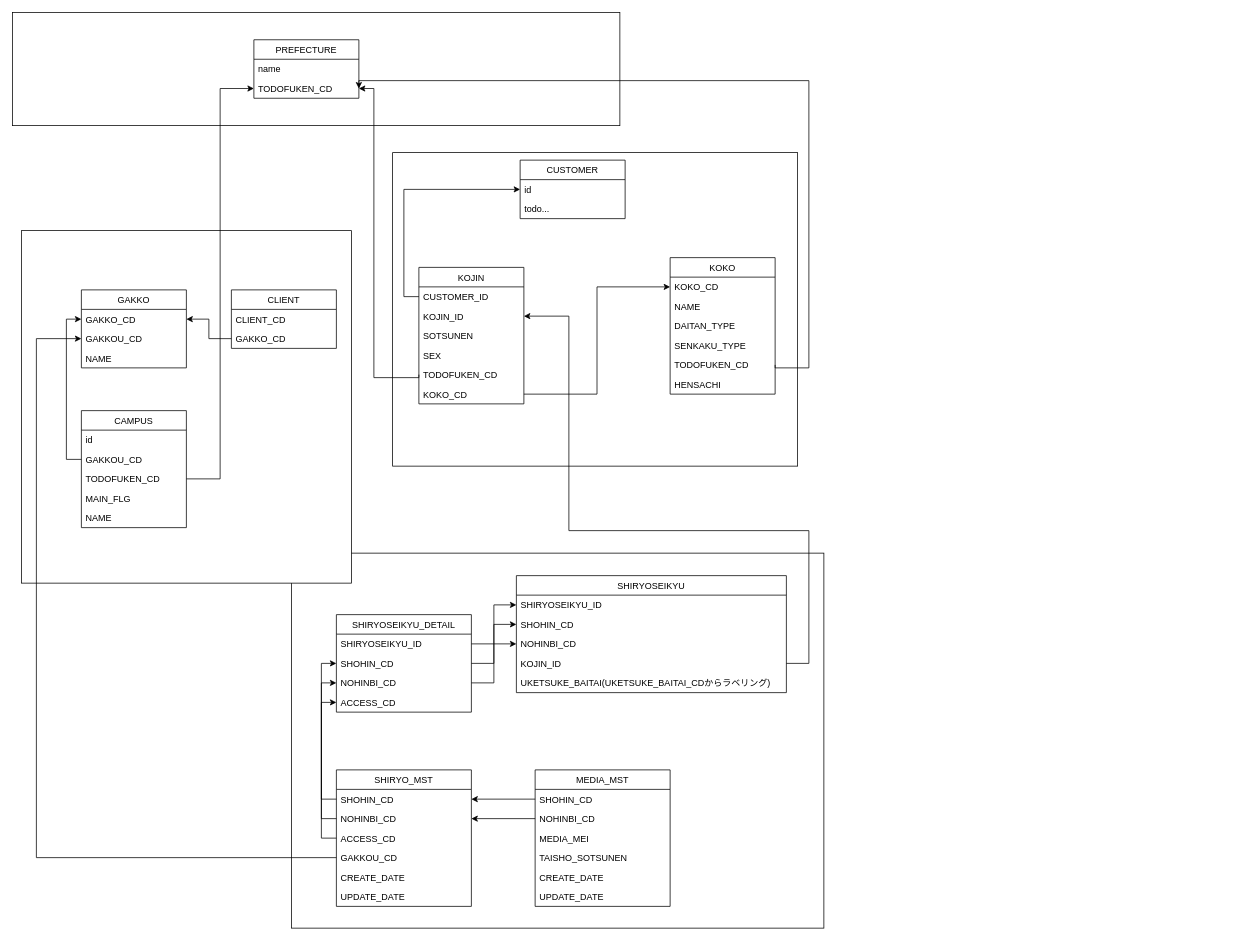
The draw.io diagram page "Page-9" (9 of 9) of learning bloc.drawio in newuniverse/diagrams, before the edit. Source tidied: cells renumbered, new cells numbered last; positions are measured from the earlier drawing's top-left corner, leaving out a move shared by most shapes. Both pictures are drawn from the tidied source at 75%, with x=0, y=0 at pixel (12, 12).
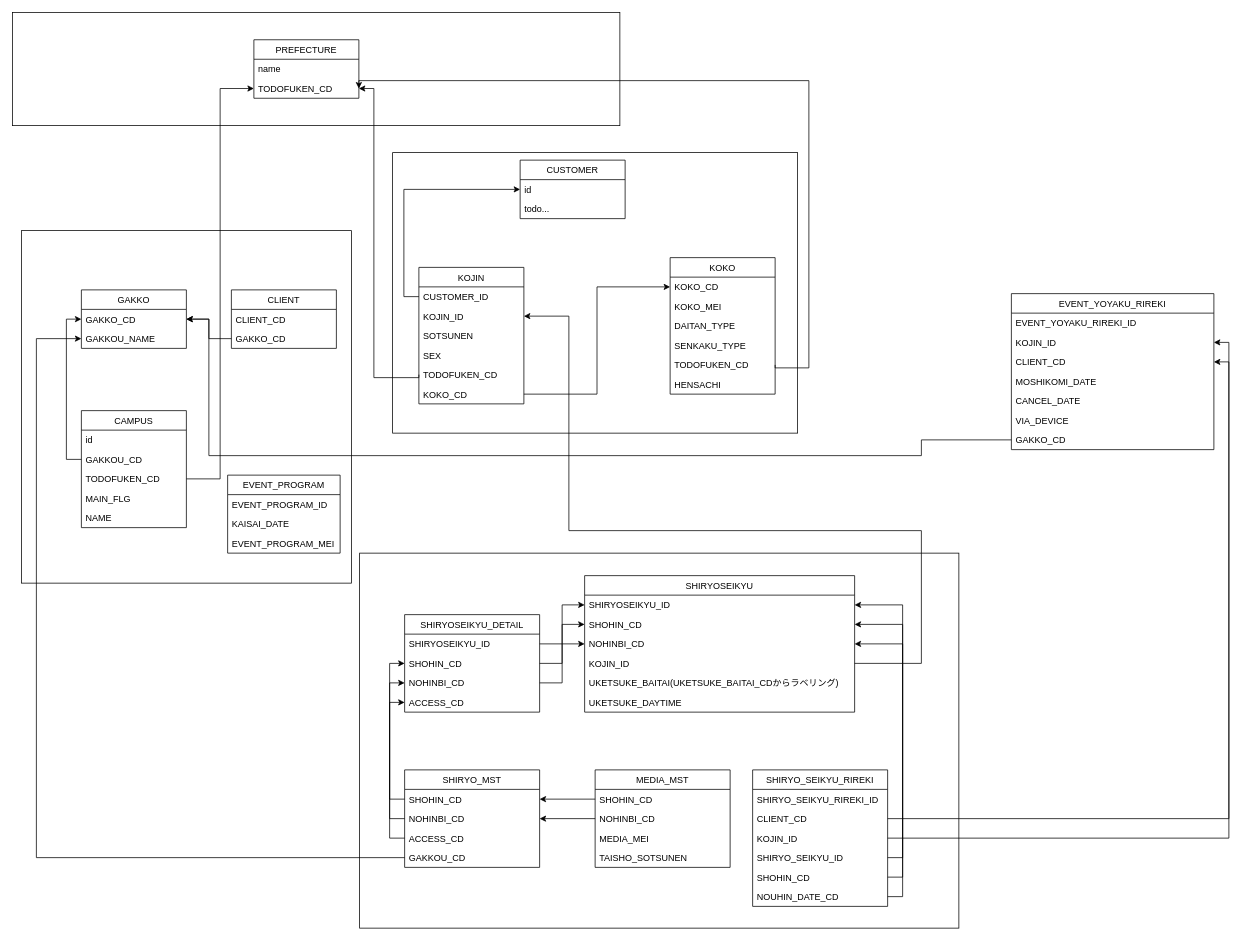
The same diagram, later.

The change refers to these unchanged cells:
```xml
<mxCell id="7" value="GAKKO_CD" style="text;strokeColor=none;fillColor=none;align=left;verticalAlign=top;spacingLeft=4;spacingRight=4;overflow=hidden;points=[[0,0.5],[1,0.5]];portConstraint=eastwest;" parent="6" vertex="1">
  <mxGeometry y="26" width="140" height="26" as="geometry" />
</mxCell>
<mxCell id="26" value="KOJIN_ID" style="text;strokeColor=none;fillColor=none;align=left;verticalAlign=top;spacingLeft=4;spacingRight=4;overflow=hidden;points=[[0,0.5],[1,0.5]];portConstraint=eastwest;" parent="24" vertex="1">
  <mxGeometry y="52" width="140" height="26" as="geometry" />
</mxCell>
<mxCell id="32" value="KOKO" style="swimlane;fontStyle=0;horizontal=1;startSize=26;fillColor=none;" parent="1" vertex="1">
  <mxGeometry x="877" y="327" width="140" height="182" as="geometry" />
</mxCell>
<mxCell id="43" value="SHIRYOSEIKYU_ID" style="text;strokeColor=none;fillColor=none;align=left;verticalAlign=top;spacingLeft=4;spacingRight=4;overflow=hidden;points=[[0,0.5],[1,0.5]];portConstraint=eastwest;" parent="42" vertex="1">
  <mxGeometry y="26" width="360" height="26" as="geometry" />
</mxCell>
<mxCell id="44" value="SHOHIN_CD" style="text;strokeColor=none;fillColor=none;align=left;verticalAlign=top;spacingLeft=4;spacingRight=4;overflow=hidden;points=[[0,0.5],[1,0.5]];portConstraint=eastwest;" parent="42" vertex="1">
  <mxGeometry y="52" width="360" height="26" as="geometry" />
</mxCell>
<mxCell id="45" value="NOHINBI_CD" style="text;strokeColor=none;fillColor=none;align=left;verticalAlign=top;spacingLeft=4;spacingRight=4;overflow=hidden;points=[[0,0.5],[1,0.5]];portConstraint=eastwest;" parent="42" vertex="1">
  <mxGeometry y="78" width="360" height="26" as="geometry" />
</mxCell>
<mxCell id="46" value="KOJIN_ID" style="text;strokeColor=none;fillColor=none;align=left;verticalAlign=top;spacingLeft=4;spacingRight=4;overflow=hidden;points=[[0,0.5],[1,0.5]];portConstraint=eastwest;" parent="42" vertex="1">
  <mxGeometry y="104" width="360" height="26" as="geometry" />
</mxCell>
<mxCell id="60" value="GAKKOU_CD" style="text;strokeColor=none;fillColor=none;align=left;verticalAlign=top;spacingLeft=4;spacingRight=4;overflow=hidden;points=[[0,0.5],[1,0.5]];portConstraint=eastwest;" parent="56" vertex="1">
  <mxGeometry y="104" width="180" height="26" as="geometry" />
</mxCell>
```

Diff of the diagram source:
```diff
@@
     <mxCell id="2" style="rounded=0;whiteSpace=wrap;html=1;fillColor=#FFFFFF;" parent="1" vertex="1">
-      <mxGeometry x="372" y="721" width="710" height="500" as="geometry" />
+      <mxGeometry x="463" y="721" width="799" height="500" as="geometry" />
     </mxCell>
     <mxCell id="3" style="rounded=0;whiteSpace=wrap;html=1;" parent="1" vertex="1">
-      <mxGeometry x="507" y="187" width="540" height="418" as="geometry" />
+      <mxGeometry x="507" y="187" width="540" height="374" as="geometry" />
     </mxCell>
@@
     <mxCell id="6" value="GAKKO" style="swimlane;fontStyle=0;horizontal=1;startSize=26;fillColor=none;" parent="1" vertex="1">
-      <mxGeometry x="92" y="370" width="140" height="104" as="geometry" />
+      <mxGeometry x="92" y="370" width="140" height="78" as="geometry" />
     </mxCell>
@@
-    <mxCell id="8" value="GAKKOU_CD" style="text;strokeColor=none;fillColor=none;align=left;verticalAlign=top;spacingLeft=4;spacingRight=4;overflow=hidden;points=[[0,0.5],[1,0.5]];portConstraint=eastwest;" parent="6" vertex="1">
-      <mxGeometry y="52" width="140" height="26" as="geometry" />
-    </mxCell>
-    <mxCell id="9" value="NAME" style="text;strokeColor=none;fillColor=none;align=left;verticalAlign=top;spacingLeft=4;spacingRight=4;overflow=hidden;" parent="6" vertex="1">
-      <mxGeometry y="78" width="140" height="26" as="geometry" />
+    <mxCell id="9" value="GAKKOU_NAME" style="text;strokeColor=none;fillColor=none;align=left;verticalAlign=top;spacingLeft=4;spacingRight=4;overflow=hidden;" parent="6" vertex="1">
+      <mxGeometry y="52" width="140" height="26" as="geometry" />
     </mxCell>
@@
-    <mxCell id="34" value="NAME" style="text;strokeColor=none;fillColor=none;align=left;verticalAlign=top;spacingLeft=4;spacingRight=4;overflow=hidden;" parent="32" vertex="1">
+    <mxCell id="34" value="KOKO_MEI" style="text;strokeColor=none;fillColor=none;align=left;verticalAlign=top;spacingLeft=4;spacingRight=4;overflow=hidden;" parent="32" vertex="1">
       <mxGeometry y="52" width="140" height="26" as="geometry" />
     </mxCell>
@@
     <mxCell id="42" value="SHIRYOSEIKYU" style="swimlane;fontStyle=0;horizontal=1;startSize=26;fillColor=none;" parent="1" vertex="1">
-      <mxGeometry x="672" y="751" width="360" height="156" as="geometry" />
+      <mxGeometry x="763" y="751" width="360" height="182" as="geometry" />
     </mxCell>
@@
+    <mxCell id="81" value="UKETSUKE_DAYTIME" style="text;strokeColor=none;fillColor=none;align=left;verticalAlign=top;spacingLeft=4;spacingRight=4;overflow=hidden;" parent="42" vertex="1">
+      <mxGeometry y="156" width="360" height="26" as="geometry" />
+    </mxCell>
     <mxCell id="48" value="SHIRYOSEIKYU_DETAIL" style="swimlane;fontStyle=0;horizontal=1;startSize=26;fillColor=none;" parent="1" vertex="1">
-      <mxGeometry x="432" y="803" width="180" height="130" as="geometry" />
+      <mxGeometry x="523" y="803" width="180" height="130" as="geometry" />
     </mxCell>
@@
     <mxCell id="56" value="SHIRYO_MST" style="swimlane;fontStyle=0;horizontal=1;startSize=26;fillColor=none;" parent="1" vertex="1">
-      <mxGeometry x="432" y="1010" width="180" height="182" as="geometry" />
+      <mxGeometry x="523" y="1010" width="180" height="130" as="geometry" />
     </mxCell>
@@
-    <mxCell id="61" value="CREATE_DATE" style="text;strokeColor=none;fillColor=none;align=left;verticalAlign=top;spacingLeft=4;spacingRight=4;overflow=hidden;" parent="56" vertex="1">
-      <mxGeometry y="130" width="180" height="26" as="geometry" />
-    </mxCell>
-    <mxCell id="62" value="UPDATE_DATE" style="text;strokeColor=none;fillColor=none;align=left;verticalAlign=top;spacingLeft=4;spacingRight=4;overflow=hidden;" parent="56" vertex="1">
-      <mxGeometry y="156" width="180" height="26" as="geometry" />
-    </mxCell>
@@
-    <mxCell id="66" style="edgeStyle=orthogonalEdgeStyle;rounded=0;jettySize=auto;html=1;exitX=0;exitY=0.5;exitDx=0;exitDy=0;entryX=0;entryY=0.5;entryDx=0;entryDy=0;" parent="1" edge="1" source="60" target="8">
+    <mxCell id="66" style="edgeStyle=orthogonalEdgeStyle;rounded=0;jettySize=auto;html=1;exitX=0;exitY=0.5;exitDx=0;exitDy=0;entryX=0;entryY=0.5;entryDx=0;entryDy=0;" parent="1" edge="1" source="60">
       <mxGeometry relative="1" as="geometry">
+        <mxPoint x="92" y="435" as="targetPoint" />
         <Array as="points">
           <mxPoint x="32" y="1127" />
           <mxPoint x="32" y="435" />
         </Array>
       </mxGeometry>
     </mxCell>
     <mxCell id="67" value="MEDIA_MST" style="swimlane;fontStyle=0;horizontal=1;startSize=26;fillColor=none;" parent="1" vertex="1">
-      <mxGeometry x="697" y="1010" width="180" height="182" as="geometry" />
+      <mxGeometry x="777" y="1010" width="180" height="130" as="geometry" />
     </mxCell>
@@
-    <mxCell id="72" value="CREATE_DATE" style="text;strokeColor=none;fillColor=none;align=left;verticalAlign=top;spacingLeft=4;spacingRight=4;overflow=hidden;" parent="67" vertex="1">
-      <mxGeometry y="130" width="180" height="26" as="geometry" />
-    </mxCell>
-    <mxCell id="73" value="UPDATE_DATE" style="text;strokeColor=none;fillColor=none;align=left;verticalAlign=top;spacingLeft=4;spacingRight=4;overflow=hidden;" parent="67" vertex="1">
-      <mxGeometry y="156" width="180" height="26" as="geometry" />
-    </mxCell>
@@
     <mxCell id="80" style="edgeStyle=orthogonalEdgeStyle;rounded=0;jettySize=auto;html=1;exitX=1;exitY=0.5;exitDx=0;exitDy=0;entryX=1;entryY=0.5;entryDx=0;entryDy=0;" parent="1" edge="1" source="46" target="26">
       <mxGeometry relative="1" as="geometry">
         <Array as="points">
-          <mxPoint x="1062" y="868" />
-          <mxPoint x="1062" y="691" />
+          <mxPoint x="1212" y="868" />
+          <mxPoint x="1212" y="691" />
           <mxPoint x="742" y="691" />
           <mxPoint x="742" y="405" />
         </Array>
       </mxGeometry>
     </mxCell>
+    <mxCell id="82" value="EVENT_YOYAKU_RIREKI" style="swimlane;fontStyle=0;horizontal=1;startSize=26;fillColor=none;" parent="1" vertex="1">
+      <mxGeometry x="1332" y="375" width="270" height="208" as="geometry" />
+    </mxCell>
+    <mxCell id="83" value="EVENT_YOYAKU_RIREKI_ID" style="text;strokeColor=none;fillColor=none;align=left;verticalAlign=top;spacingLeft=4;spacingRight=4;overflow=hidden;" parent="82" vertex="1">
+      <mxGeometry y="26" width="270" height="26" as="geometry" />
+    </mxCell>
+    <mxCell id="84" value="KOJIN_ID" style="text;strokeColor=none;fillColor=none;align=left;verticalAlign=top;spacingLeft=4;spacingRight=4;overflow=hidden;points=[[0,0.5],[1,0.5]];portConstraint=eastwest;" parent="82" vertex="1">
+      <mxGeometry y="52" width="270" height="26" as="geometry" />
+    </mxCell>
+    <mxCell id="85" value="CLIENT_CD" style="text;strokeColor=none;fillColor=none;align=left;verticalAlign=top;spacingLeft=4;spacingRight=4;overflow=hidden;points=[[0,0.5],[1,0.5]];portConstraint=eastwest;" parent="82" vertex="1">
+      <mxGeometry y="78" width="270" height="26" as="geometry" />
+    </mxCell>
+    <mxCell id="86" value="MOSHIKOMI_DATE" style="text;strokeColor=none;fillColor=none;align=left;verticalAlign=top;spacingLeft=4;spacingRight=4;overflow=hidden;" parent="82" vertex="1">
+      <mxGeometry y="104" width="270" height="26" as="geometry" />
+    </mxCell>
+    <mxCell id="87" value="CANCEL_DATE" style="text;strokeColor=none;fillColor=none;align=left;verticalAlign=top;spacingLeft=4;spacingRight=4;overflow=hidden;" parent="82" vertex="1">
+      <mxGeometry y="130" width="270" height="26" as="geometry" />
+    </mxCell>
+    <mxCell id="88" value="VIA_DEVICE" style="text;strokeColor=none;fillColor=none;align=left;verticalAlign=top;spacingLeft=4;spacingRight=4;overflow=hidden;" parent="82" vertex="1">
+      <mxGeometry y="156" width="270" height="26" as="geometry" />
+    </mxCell>
+    <mxCell id="89" value="GAKKO_CD" style="text;strokeColor=none;fillColor=none;align=left;verticalAlign=top;spacingLeft=4;spacingRight=4;overflow=hidden;points=[[0,0.5],[1,0.5]];portConstraint=eastwest;" parent="82" vertex="1">
+      <mxGeometry y="182" width="270" height="26" as="geometry" />
+    </mxCell>
+    <mxCell id="90" value="EVENT_PROGRAM" style="swimlane;fontStyle=0;horizontal=1;startSize=26;fillColor=none;" parent="1" vertex="1">
+      <mxGeometry x="287" y="617" width="150" height="104" as="geometry" />
+    </mxCell>
+    <mxCell id="91" value="EVENT_PROGRAM_ID" style="text;strokeColor=none;fillColor=none;align=left;verticalAlign=top;spacingLeft=4;spacingRight=4;overflow=hidden;" parent="90" vertex="1">
+      <mxGeometry y="26" width="150" height="26" as="geometry" />
+    </mxCell>
+    <mxCell id="92" value="KAISAI_DATE" style="text;strokeColor=none;fillColor=none;align=left;verticalAlign=top;spacingLeft=4;spacingRight=4;overflow=hidden;" parent="90" vertex="1">
+      <mxGeometry y="52" width="150" height="26" as="geometry" />
+    </mxCell>
+    <mxCell id="93" value="EVENT_PROGRAM_MEI" style="text;strokeColor=none;fillColor=none;align=left;verticalAlign=top;spacingLeft=4;spacingRight=4;overflow=hidden;" parent="90" vertex="1">
+      <mxGeometry y="78" width="150" height="26" as="geometry" />
+    </mxCell>
+    <mxCell id="94" style="edgeStyle=orthogonalEdgeStyle;rounded=0;jettySize=auto;html=1;exitX=0;exitY=0.5;exitDx=0;exitDy=0;entryX=1;entryY=0.5;entryDx=0;entryDy=0;" parent="1" edge="1" source="89" target="7">
+      <mxGeometry relative="1" as="geometry">
+        <Array as="points">
+          <mxPoint x="1212" y="570" />
+          <mxPoint x="1212" y="591" />
+          <mxPoint x="262" y="591" />
+          <mxPoint x="262" y="409" />
+        </Array>
+      </mxGeometry>
+    </mxCell>
+    <mxCell id="95" value="SHIRYO_SEIKYU_RIREKI" style="swimlane;fontStyle=0;horizontal=1;startSize=26;fillColor=none;" parent="1" vertex="1">
+      <mxGeometry x="987" y="1010" width="180" height="182" as="geometry" />
+    </mxCell>
+    <mxCell id="96" value="SHIRYO_SEIKYU_RIREKI_ID" style="text;strokeColor=none;fillColor=none;align=left;verticalAlign=top;spacingLeft=4;spacingRight=4;overflow=hidden;" parent="95" vertex="1">
+      <mxGeometry y="26" width="180" height="26" as="geometry" />
+    </mxCell>
+    <mxCell id="97" value="CLIENT_CD" style="text;strokeColor=none;fillColor=none;align=left;verticalAlign=top;spacingLeft=4;spacingRight=4;overflow=hidden;points=[[0,0.5],[1,0.5]];portConstraint=eastwest;" parent="95" vertex="1">
+      <mxGeometry y="52" width="180" height="26" as="geometry" />
+    </mxCell>
+    <mxCell id="98" value="KOJIN_ID" style="text;strokeColor=none;fillColor=none;align=left;verticalAlign=top;spacingLeft=4;spacingRight=4;overflow=hidden;points=[[0,0.5],[1,0.5]];portConstraint=eastwest;" parent="95" vertex="1">
+      <mxGeometry y="78" width="180" height="26" as="geometry" />
+    </mxCell>
+    <mxCell id="99" value="SHIRYO_SEIKYU_ID" style="text;strokeColor=none;fillColor=none;align=left;verticalAlign=top;spacingLeft=4;spacingRight=4;overflow=hidden;points=[[0,0.5],[1,0.5]];portConstraint=eastwest;" parent="95" vertex="1">
+      <mxGeometry y="104" width="180" height="26" as="geometry" />
+    </mxCell>
+    <mxCell id="100" value="SHOHIN_CD" style="text;strokeColor=none;fillColor=none;align=left;verticalAlign=top;spacingLeft=4;spacingRight=4;overflow=hidden;points=[[0,0.5],[1,0.5]];portConstraint=eastwest;" parent="95" vertex="1">
+      <mxGeometry y="130" width="180" height="26" as="geometry" />
+    </mxCell>
+    <mxCell id="101" value="NOUHIN_DATE_CD" style="text;strokeColor=none;fillColor=none;align=left;verticalAlign=top;spacingLeft=4;spacingRight=4;overflow=hidden;points=[[0,0.5],[1,0.5]];portConstraint=eastwest;" parent="95" vertex="1">
+      <mxGeometry y="156" width="180" height="26" as="geometry" />
+    </mxCell>
+    <mxCell id="102" style="edgeStyle=orthogonalEdgeStyle;rounded=0;jettySize=auto;html=1;exitX=1;exitY=0.5;exitDx=0;exitDy=0;entryX=1;entryY=0.5;entryDx=0;entryDy=0;" parent="1" edge="1" source="98" target="84">
+      <mxGeometry relative="1" as="geometry" />
+    </mxCell>
+    <mxCell id="103" style="edgeStyle=orthogonalEdgeStyle;rounded=0;jettySize=auto;html=1;exitX=1;exitY=0.5;exitDx=0;exitDy=0;entryX=1;entryY=0.5;entryDx=0;entryDy=0;" parent="1" edge="1" source="97" target="85">
+      <mxGeometry relative="1" as="geometry" />
+    </mxCell>
+    <mxCell id="104" style="edgeStyle=orthogonalEdgeStyle;rounded=0;jettySize=auto;html=1;exitX=1;exitY=0.5;exitDx=0;exitDy=0;entryX=1;entryY=0.5;entryDx=0;entryDy=0;" parent="1" edge="1" source="99" target="43">
+      <mxGeometry relative="1" as="geometry" />
+    </mxCell>
+    <mxCell id="105" style="edgeStyle=orthogonalEdgeStyle;rounded=0;jettySize=auto;html=1;exitX=1;exitY=0.5;exitDx=0;exitDy=0;entryX=1;entryY=0.5;entryDx=0;entryDy=0;" parent="1" edge="1" source="100" target="44">
+      <mxGeometry relative="1" as="geometry" />
+    </mxCell>
+    <mxCell id="106" style="edgeStyle=orthogonalEdgeStyle;rounded=0;jettySize=auto;html=1;exitX=1;exitY=0.5;exitDx=0;exitDy=0;entryX=1;entryY=0.5;entryDx=0;entryDy=0;" parent="1" edge="1" source="101" target="45">
+      <mxGeometry relative="1" as="geometry" />
+    </mxCell>
```
